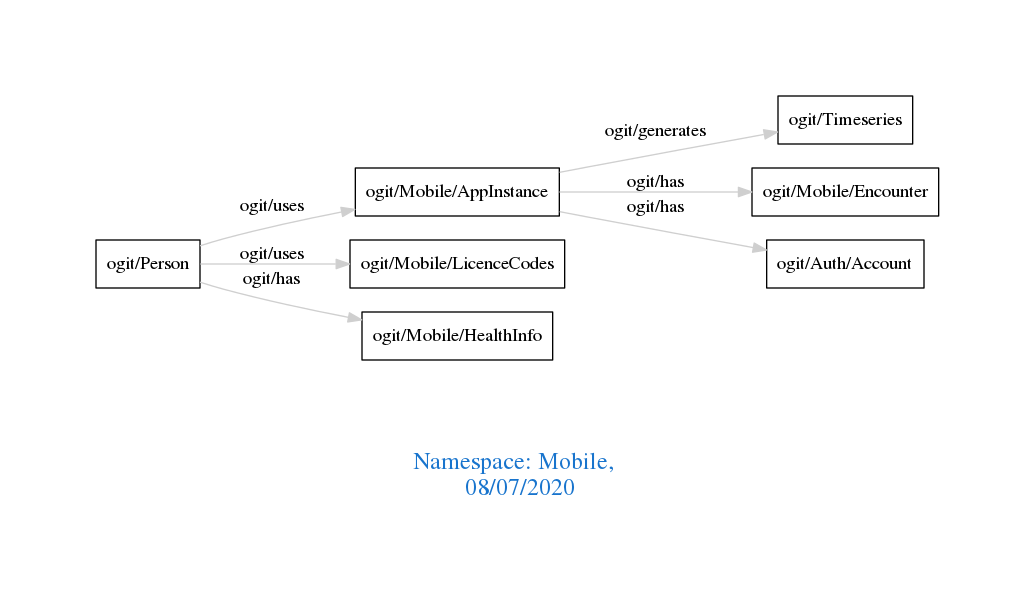
This is downloads/Mobile.png from arago/OGIT, a Graphviz export, as it was before one commit. Its source is kept beside it as downloads/Mobile.dot.
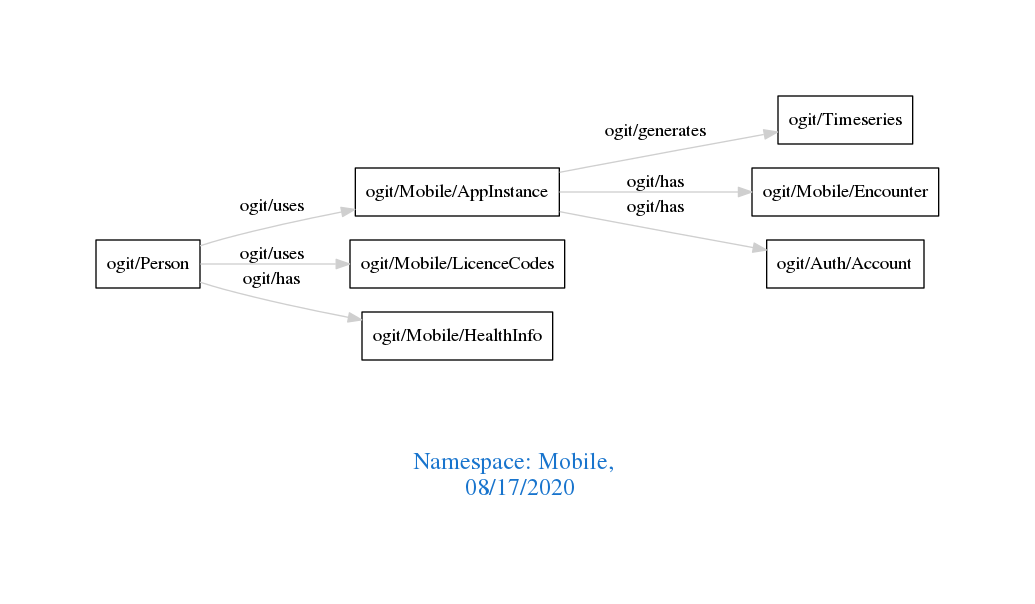
Above is the later version.

Change to the diagram source:
```diff
@@ -1,7 +1,7 @@
 digraph OGIT_ontology {
  graph [ rankdir= LR,pad=1
 fontsize = 18,
-fontcolor= dodgerblue3,label = "\n\n\nNamespace: Mobile, \n 08/07/2020"];
+fontcolor= dodgerblue3,label = "\n\n\nNamespace: Mobile, \n 08/17/2020"];
 node[shape=polygon];
 edge [  color="gray81"];
 
```
